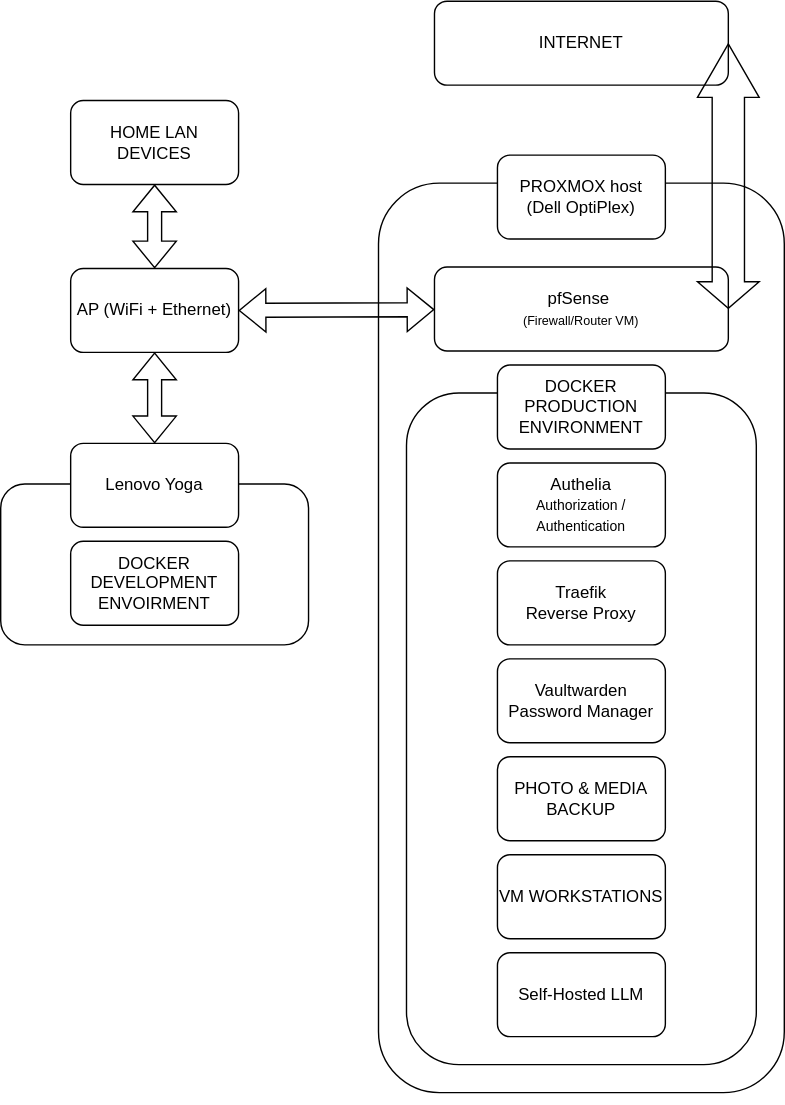
takijakub/homelab keeps this draw.io diagram as Homelab Network Diagram.svg. Above is the earlier version. Source tidied: cells renumbered, new cells last; positions are measured from the earlier drawing's top-left corner, leaving out a move shared by most shapes.
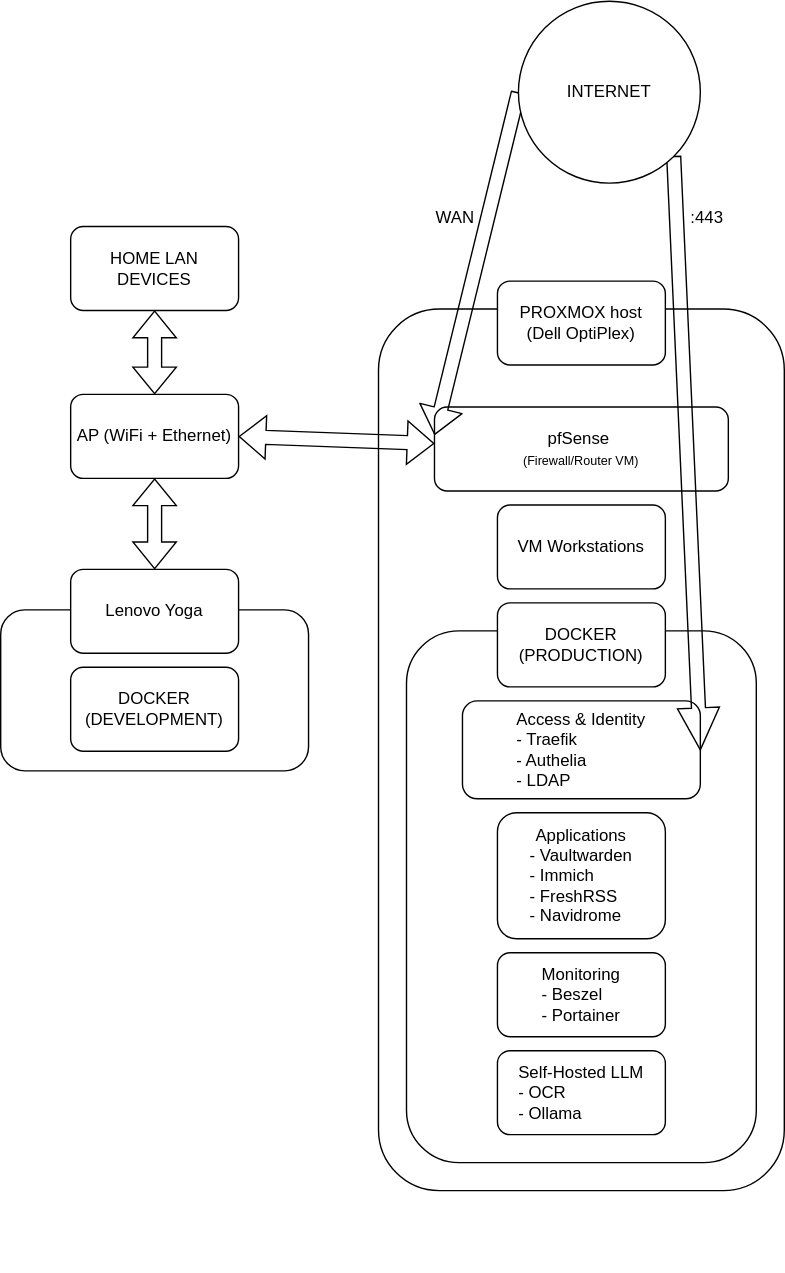
After the change.

What changed in the source:
```diff
@@ -6,37 +6,31 @@
       <mxGeometry y="345" width="220" height="115" as="geometry" />
     </mxCell>
     <mxCell id="3" value=" " style="rounded=1;whiteSpace=wrap;html=1;fontSize=11;" parent="1" vertex="1">
-      <mxGeometry x="270" y="130" width="290" height="650" as="geometry" />
+      <mxGeometry x="270" y="130" width="290" height="630" as="geometry" />
     </mxCell>
     <mxCell id="4" style="rounded=1;whiteSpace=wrap;html=1;" parent="1" vertex="1">
-      <mxGeometry x="290" y="280" width="250" height="480" as="geometry" />
+      <mxGeometry x="290" y="360" width="250" height="380" as="geometry" />
     </mxCell>
     <mxCell id="5" value="Lenovo Yoga" style="rounded=1;whiteSpace=wrap;html=1;" parent="1" vertex="1">
       <mxGeometry x="50" y="316" width="120" height="60" as="geometry" />
     </mxCell>
-    <mxCell id="6" value="INTERNET" style="rounded=1;whiteSpace=wrap;html=1;" parent="1" vertex="1">
-      <mxGeometry x="310" width="210" height="60" as="geometry" />
-    </mxCell>
     <mxCell id="7" value="pfSense&amp;nbsp;&lt;br&gt;&lt;font style=&quot;font-size: 9px;&quot;&gt;(Firewall/Router VM)&lt;/font&gt;" style="rounded=1;whiteSpace=wrap;html=1;" parent="1" vertex="1">
-      <mxGeometry x="310" y="190" width="210" height="60" as="geometry" />
+      <mxGeometry x="310" y="200" width="210" height="60" as="geometry" />
     </mxCell>
-    <mxCell id="8" value="&lt;div align=&quot;center&quot;&gt;Traefik&lt;/div&gt;&lt;div align=&quot;center&quot;&gt;Reverse Proxy&lt;/div&gt;" style="rounded=1;whiteSpace=wrap;html=1;align=center;" parent="1" vertex="1">
-      <mxGeometry x="355" y="400" width="120" height="60" as="geometry" />
+    <mxCell id="8" value="Applications&lt;br&gt;&lt;div align=&quot;left&quot;&gt;- Vaultwarden&lt;br&gt;- Immich&lt;br&gt;- FreshRSS&lt;br&gt;- Navidrome&lt;/div&gt;" style="rounded=1;whiteSpace=wrap;html=1;align=center;" parent="1" vertex="1">
+      <mxGeometry x="355" y="490" width="120" height="90" as="geometry" />
     </mxCell>
-    <mxCell id="9" value="Authelia&lt;br&gt;  &lt;font style=&quot;font-size: 10px;&quot;&gt;Authorization / Authentication&lt;/font&gt;" style="rounded=1;whiteSpace=wrap;html=1;" parent="1" vertex="1">
-      <mxGeometry x="355" y="330" width="120" height="60" as="geometry" />
+    <mxCell id="9" value="Access &amp;amp; Identity&lt;div align=&quot;left&quot;&gt;- Traefik&lt;br&gt;- Authelia&lt;br&gt;- LDAP&lt;/div&gt;" style="rounded=1;whiteSpace=wrap;html=1;" parent="1" vertex="1">
+      <mxGeometry x="330" y="410" width="170" height="70" as="geometry" />
     </mxCell>
-    <mxCell id="10" value="PHOTO &amp;amp; MEDIA BACKUP" style="rounded=1;whiteSpace=wrap;html=1;" parent="1" vertex="1">
-      <mxGeometry x="355" y="540" width="120" height="60" as="geometry" />
-    </mxCell>
-    <mxCell id="11" value="&lt;div&gt;Vaultwarden&lt;/div&gt;&lt;div&gt;Password Manager&lt;/div&gt;" style="rounded=1;whiteSpace=wrap;html=1;" parent="1" vertex="1">
-      <mxGeometry x="355" y="470" width="120" height="60" as="geometry" />
+    <mxCell id="11" value="Monitoring&lt;br&gt;&lt;div align=&quot;left&quot;&gt;- Beszel&lt;br&gt;- Portainer&lt;/div&gt;" style="rounded=1;whiteSpace=wrap;html=1;" parent="1" vertex="1">
+      <mxGeometry x="355" y="590" width="120" height="60" as="geometry" />
     </mxCell>
     <mxCell id="12" value="&lt;div&gt;PROXMOX host&lt;/div&gt;&lt;div&gt;(Dell OptiPlex)&lt;/div&gt;" style="rounded=1;whiteSpace=wrap;html=1;" parent="1" vertex="1">
       <mxGeometry x="355" y="110" width="120" height="60" as="geometry" />
     </mxCell>
-    <mxCell id="13" value="Self-Hosted LLM" style="rounded=1;whiteSpace=wrap;html=1;" parent="1" vertex="1">
-      <mxGeometry x="355" y="680" width="120" height="60" as="geometry" />
+    <mxCell id="13" value="Self-Hosted LLM&lt;br&gt;&lt;div align=&quot;left&quot;&gt;- OCR&lt;br&gt;- Ollama&lt;/div&gt;" style="rounded=1;whiteSpace=wrap;html=1;" parent="1" vertex="1">
+      <mxGeometry x="355" y="660" width="120" height="60" as="geometry" />
     </mxCell>
     <mxCell id="14" value="AP (WiFi + Ethernet)" style="rounded=1;whiteSpace=wrap;html=1;" parent="1" vertex="1">
       <mxGeometry x="50" y="191" width="120" height="60" as="geometry" />
@@ -47,29 +41,49 @@
     <mxCell id="16" style="shape=flexArrow;endArrow=classic;startArrow=classic;html=1;rounded=0;curved=1;entryX=0.5;entryY=1;entryDx=0;entryDy=0;exitX=0.5;exitY=0;exitDx=0;exitDy=0;" parent="1" edge="1" source="14" target="15">
       <mxGeometry relative="1" as="geometry" />
     </mxCell>
-    <mxCell id="17" style="edgeStyle=orthogonalEdgeStyle;curved=1;rounded=0;orthogonalLoop=1;jettySize=auto;html=1;exitX=0.5;exitY=1;exitDx=0;exitDy=0;" parent="1" edge="1" source="3" target="3">
-      <mxGeometry relative="1" as="geometry" />
+    <mxCell id="17" style="edgeStyle=orthogonalEdgeStyle;curved=1;rounded=0;orthogonalLoop=1;jettySize=auto;html=1;exitX=0.5;exitY=1;exitDx=0;exitDy=0;" parent="1" edge="1">
+      <mxGeometry relative="1" as="geometry">
+        <mxPoint x="415" y="810" as="sourcePoint" />
+        <mxPoint x="415" y="810" as="targetPoint" />
+      </mxGeometry>
     </mxCell>
-    <mxCell id="18" value="VM WORKSTATIONS" style="rounded=1;whiteSpace=wrap;html=1;" parent="1" vertex="1">
-      <mxGeometry x="355" y="610" width="120" height="60" as="geometry" />
-    </mxCell>
-    <mxCell id="19" style="shape=flexArrow;endArrow=classic;startArrow=classic;html=1;rounded=0;curved=1;exitX=1;exitY=0.5;exitDx=0;exitDy=0;entryX=1;entryY=0.5;entryDx=0;entryDy=0;width=23.076923076923077;startSize=12.415384615384616;" parent="1" edge="1" source="6" target="7">
-      <mxGeometry relative="1" as="geometry" />
-    </mxCell>
     <mxCell id="20" style="shape=flexArrow;endArrow=classic;startArrow=classic;html=1;rounded=0;" parent="1" edge="1" source="5" target="14">
       <mxGeometry relative="1" as="geometry" />
     </mxCell>
-    <mxCell id="21" value="&lt;div&gt;DOCKER&lt;/div&gt;&lt;div&gt;DEVELOPMENT ENVOIRMENT&lt;/div&gt;" style="rounded=1;whiteSpace=wrap;html=1;" parent="1" vertex="1">
+    <mxCell id="21" value="&lt;div&gt;DOCKER&lt;/div&gt;&lt;div&gt;(DEVELOPMENT)&lt;/div&gt;" style="rounded=1;whiteSpace=wrap;html=1;" parent="1" vertex="1">
       <mxGeometry x="50" y="386" width="120" height="60" as="geometry" />
     </mxCell>
     <mxCell id="22" style="shape=flexArrow;endArrow=classic;startArrow=classic;html=1;rounded=0;entryX=1;entryY=0.5;entryDx=0;entryDy=0;" parent="1" edge="1" source="7" target="14">
       <mxGeometry relative="1" as="geometry" />
     </mxCell>
-    <mxCell id="23" value="DOCKER PRODUCTION ENVIRONMENT" style="rounded=1;whiteSpace=wrap;html=1;" parent="1" vertex="1">
-      <mxGeometry x="355" y="260" width="120" height="60" as="geometry" />
+    <mxCell id="23" value="DOCKER (PRODUCTION)" style="rounded=1;whiteSpace=wrap;html=1;" parent="1" vertex="1">
+      <mxGeometry x="355" y="340" width="120" height="60" as="geometry" />
     </mxCell>
-    <mxCell id="24" style="edgeStyle=orthogonalEdgeStyle;rounded=0;orthogonalLoop=1;jettySize=auto;html=1;exitX=0.5;exitY=1;exitDx=0;exitDy=0;" parent="1" edge="1" source="3" target="3">
-      <mxGeometry relative="1" as="geometry" />
+    <mxCell id="24" style="edgeStyle=orthogonalEdgeStyle;rounded=0;orthogonalLoop=1;jettySize=auto;html=1;exitX=0.5;exitY=1;exitDx=0;exitDy=0;" parent="1" edge="1">
+      <mxGeometry relative="1" as="geometry">
+        <mxPoint x="415" y="810" as="sourcePoint" />
+        <mxPoint x="415" y="810" as="targetPoint" />
+      </mxGeometry>
     </mxCell>
+    <mxCell id="25" value="VM Workstations" style="rounded=1;whiteSpace=wrap;html=1;" parent="1" vertex="1">
+      <mxGeometry x="355" y="270" width="120" height="60" as="geometry" />
+    </mxCell>
+    <mxCell id="26" style="endArrow=classic;html=1;rounded=1;exitX=0;exitY=0.5;exitDx=0;exitDy=0;shape=flexArrow;" parent="1" edge="1" source="6">
+      <mxGeometry relative="1" as="geometry">
+        <mxPoint x="310" y="220" as="targetPoint" />
+      </mxGeometry>
+    </mxCell>
+    <mxCell id="27" style="shape=arrow;endArrow=classic;html=1;rounded=1;exitX=1;exitY=1;exitDx=0;exitDy=0;entryX=1;entryY=0.5;entryDx=0;entryDy=0;curved=0;" parent="1" edge="1" source="6" target="9">
+      <mxGeometry relative="1" as="geometry" />
+    </mxCell>
+    <mxCell id="6" value="INTERNET" style="ellipse;whiteSpace=wrap;html=1;" parent="1" vertex="1">
+      <mxGeometry x="370" y="-90" width="130" height="130" as="geometry" />
+    </mxCell>
+    <mxCell id="28" value="WAN" style="text;html=1;whiteSpace=wrap;strokeColor=none;fillColor=none;align=center;verticalAlign=middle;rounded=0;" parent="1" vertex="1">
+      <mxGeometry x="295" y="50" width="60" height="30" as="geometry" />
+    </mxCell>
+    <mxCell id="29" value=":443" style="text;html=1;whiteSpace=wrap;strokeColor=none;fillColor=none;align=center;verticalAlign=middle;rounded=0;" parent="1" vertex="1">
+      <mxGeometry x="475" y="50" width="60" height="30" as="geometry" />
+    </mxCell>
   </root>
 </mxGraphModel>
```
